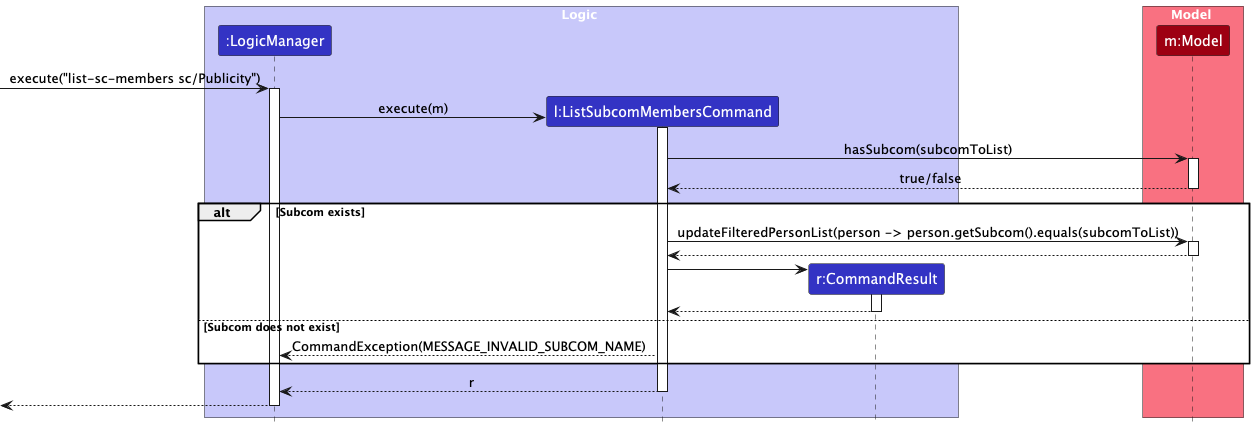
Before: docs/images/ListSubcomMembersSequenceDiagram.png, a diagram exported from PlantUML (AY2526S1-CS2103T-T12-3/tp). Source of this version:
```plantuml
@startuml
!include style.puml
skinparam ArrowFontStyle plain

box Logic LOGIC_COLOR_T1
participant ":LogicManager" as LogicManager LOGIC_COLOR
participant "l:ListSubcomMembersCommand" as ListSubcomMembersCommand LOGIC_COLOR
participant "r:CommandResult" as CommandResult LOGIC_COLOR
end box

box Model MODEL_COLOR_T1
participant "m:Model" as Model MODEL_COLOR
end box

[-> LogicManager : execute("list-sc-members sc/Publicity")
activate LogicManager

create ListSubcomMembersCommand
LogicManager -> ListSubcomMembersCommand : execute(m)
activate ListSubcomMembersCommand

ListSubcomMembersCommand -> Model : hasSubcom(subcomToList)
activate Model
Model --> ListSubcomMembersCommand : true/false
deactivate Model

alt Subcom exists
    ListSubcomMembersCommand -> Model : updateFilteredPersonList(person -> person.getSubcom().equals(subcomToList))
    activate Model
    Model --> ListSubcomMembersCommand
    deactivate Model

    create CommandResult
    ListSubcomMembersCommand -> CommandResult
    activate CommandResult
    CommandResult --> ListSubcomMembersCommand
    deactivate CommandResult
else Subcom does not exist
    ListSubcomMembersCommand --> LogicManager : CommandException(MESSAGE_INVALID_SUBCOM_NAME)
end

ListSubcomMembersCommand --> LogicManager : r
deactivate ListSubcomMembersCommand
[<--LogicManager
deactivate LogicManager

@enduml
```
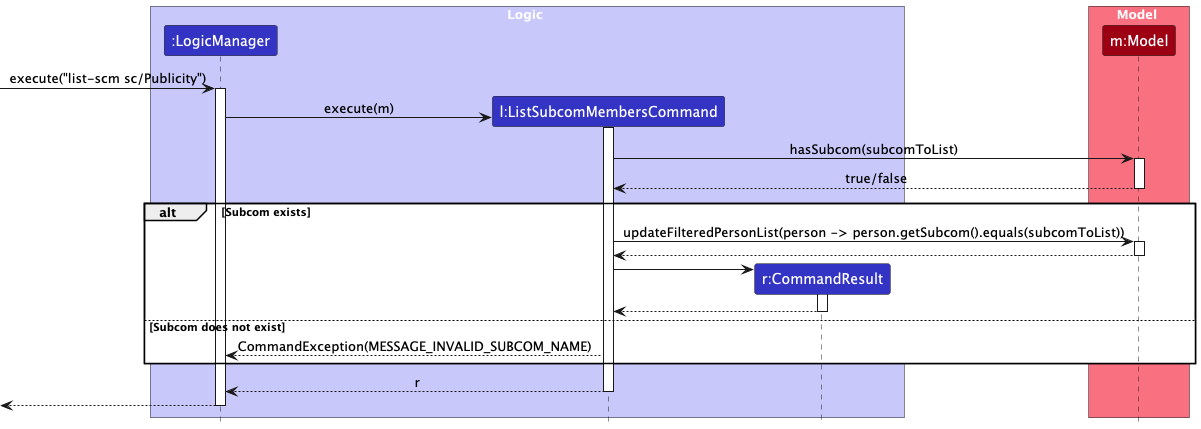
Later version of the same file.

What changed in the source:
```diff
@@ -12,7 +12,7 @@
 participant "m:Model" as Model MODEL_COLOR
 end box
 
-[-> LogicManager : execute("list-sc-members sc/Publicity")
+[-> LogicManager : execute("list-scm sc/Publicity")
 activate LogicManager
 
 create ListSubcomMembersCommand
```
